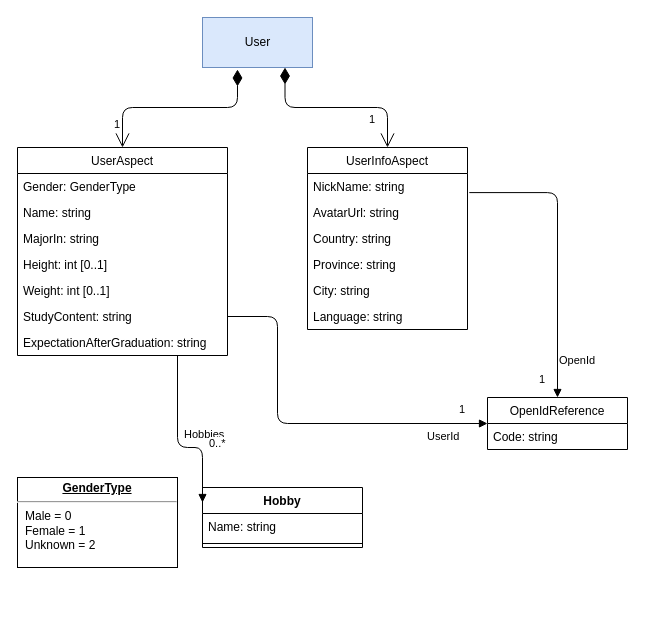
Above: UML/User.drawio in sdlfly2000/MindBridgeCampServer (draw.io), before the change. Source tidied: cells renumbered, new cells numbered last; positions are measured from the earlier drawing's top-left corner, leaving out a move shared by most shapes. Both pictures are drawn from the tidied source at 100%, with x=0, y=0 at pixel (17, 17).
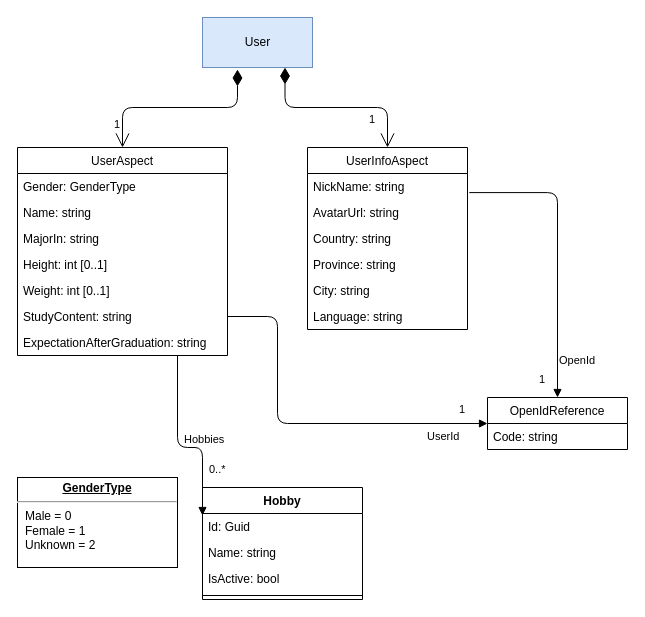
The same page after the edit.

Commit message:
Update UML Hobby in User

The change refers to these unchanged cells:
```xml
<mxCell id="23" value="Hobbies" style="endArrow=block;endFill=1;html=1;edgeStyle=orthogonalEdgeStyle;align=left;verticalAlign=top;entryX=0;entryY=0.25;entryDx=0;entryDy=0;" parent="1" edge="1" source="2" target="20">
  <mxGeometry x="-0.23" y="5" relative="1" as="geometry">
    <Array as="points">
      <mxPoint x="160" y="430" />
      <mxPoint x="185" y="430" />
    </Array>
  </mxGeometry>
</mxCell>
```

Diff of the diagram source:
```diff
@@
     <mxCell id="20" value="Hobby" style="swimlane;fontStyle=1;align=center;verticalAlign=top;horizontal=1;startSize=26;" parent="1" vertex="1">
-      <mxGeometry x="185" y="470" width="160" height="60" as="geometry" />
+      <mxGeometry x="185" y="470" width="160" height="112" as="geometry" />
     </mxCell>
-    <mxCell id="21" value="Name: string" style="text;strokeColor=none;fillColor=none;align=left;verticalAlign=top;spacingLeft=4;spacingRight=4;overflow=hidden;" parent="20" vertex="1">
+    <mxCell id="21" value="Id: Guid" style="text;strokeColor=none;fillColor=none;align=left;verticalAlign=top;spacingLeft=4;spacingRight=4;overflow=hidden;" parent="20" vertex="1">
       <mxGeometry y="26" width="160" height="26" as="geometry" />
     </mxCell>
+    <mxCell id="32" value="Name: string" style="text;strokeColor=none;fillColor=none;align=left;verticalAlign=top;spacingLeft=4;spacingRight=4;overflow=hidden;" parent="20" vertex="1">
+      <mxGeometry y="52" width="160" height="26" as="geometry" />
+    </mxCell>
+    <mxCell id="33" value="IsActive: bool" style="text;strokeColor=none;fillColor=none;align=left;verticalAlign=top;spacingLeft=4;spacingRight=4;overflow=hidden;" parent="20" vertex="1">
+      <mxGeometry y="78" width="160" height="26" as="geometry" />
+    </mxCell>
     <mxCell id="22" style="line;strokeWidth=1;fillColor=none;align=left;verticalAlign=middle;spacingTop=-1;spacingLeft=3;spacingRight=3;labelPosition=right;" parent="20" vertex="1">
-      <mxGeometry y="52" width="160" height="8" as="geometry" />
+      <mxGeometry y="104" width="160" height="8" as="geometry" />
     </mxCell>
@@
     <mxCell id="24" value="0..*" style="edgeLabel;html=1;align=left;verticalAlign=bottom;" parent="23" vertex="1">
       <mxGeometry x="-1" relative="1" as="geometry">
-        <mxPoint x="29.9" y="96" as="offset" />
+        <mxPoint x="29.9" y="122" as="offset" />
       </mxGeometry>
     </mxCell>
```
